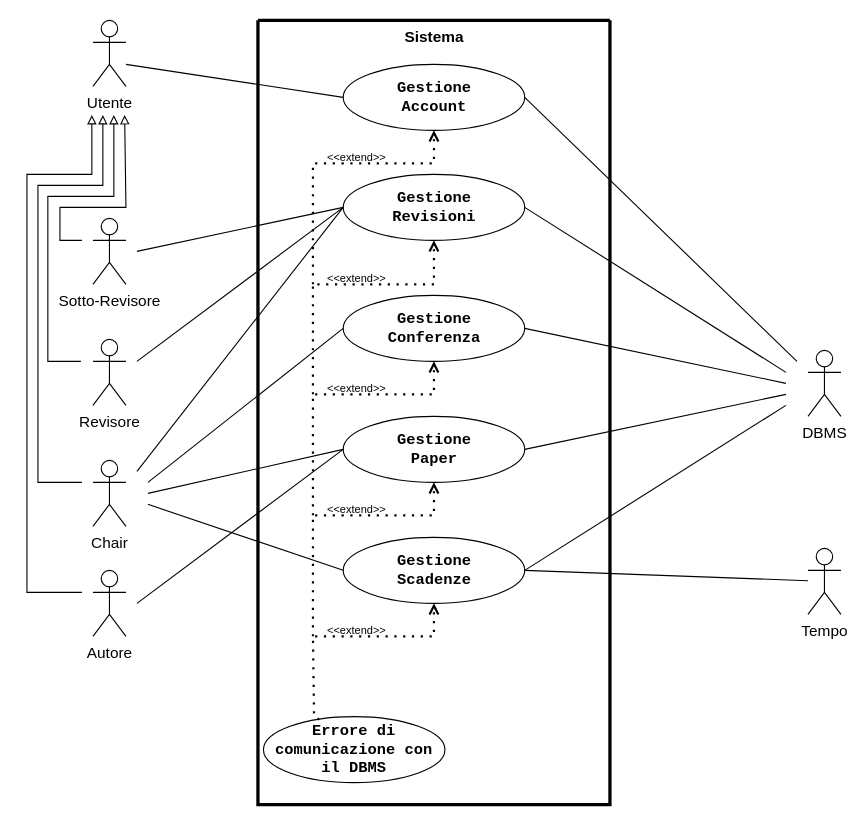
Before: RAD/raw/VistaInsieme.drawio in Gabro29/IngegneriaSoftware, a draw.io diagram. Source tidied: cells renumbered, new cells numbered last; positions are measured from the earlier drawing's top-left corner, leaving out a move shared by most shapes. Both pictures are drawn from the tidied source at 110%, with x=0, y=0 at pixel (26, 20).
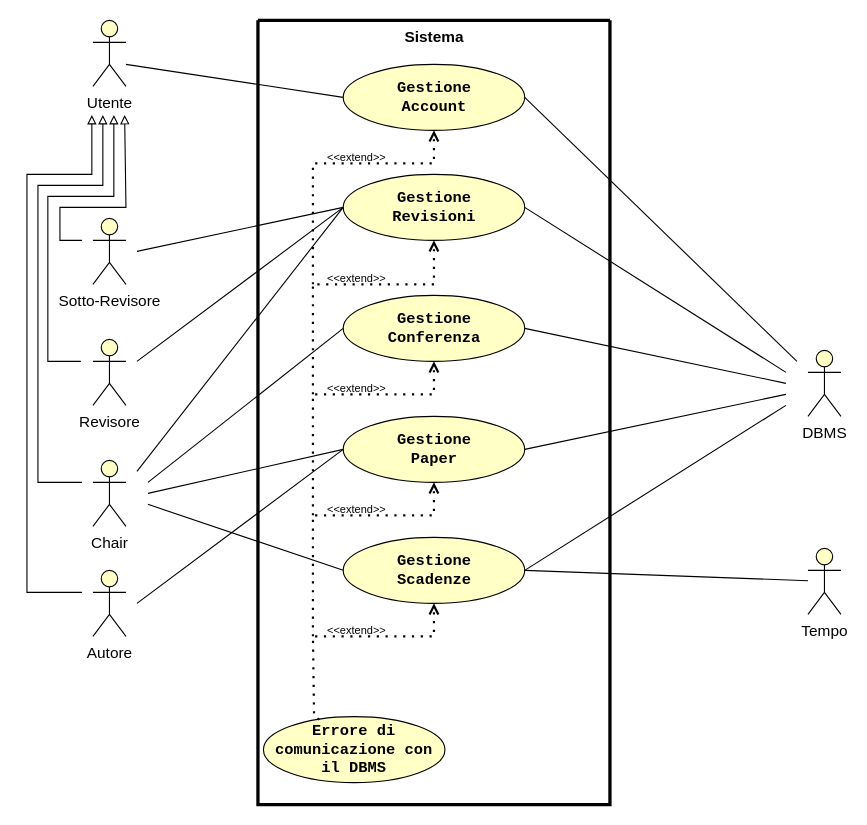
The same page after the edit.

Commit message:
Aggiunto colore giallo

The change refers to these unchanged cells:
```xml
<mxCell id="2" style="swimlane;startSize=0;swimlaneFillColor=none;strokeWidth=3;strokeColor=light-dark(#000000,#000000);labelBackgroundColor=none;fontColor=light-dark(#000000,#000000);" parent="1" vertex="1">
  <mxGeometry x="210" width="320" height="713" as="geometry" />
</mxCell>
```

What changed in the source:
```diff
@@
-    <mxCell id="3" value="&lt;font style=&quot;color: light-dark(rgb(0, 0, 0), rgb(0, 0, 0)); font-size: 14px;&quot; face=&quot;Courier New&quot;&gt;&lt;b&gt;Gestione&lt;/b&gt;&lt;/font&gt;&lt;div&gt;&lt;font style=&quot;color: light-dark(rgb(0, 0, 0), rgb(0, 0, 0)); font-size: 14px;&quot; face=&quot;Courier New&quot;&gt;&lt;b&gt;Account&lt;/b&gt;&lt;/font&gt;&lt;/div&gt;" style="ellipse;whiteSpace=wrap;html=1;fillColor=light-dark(#FFFFFF,#FDF89C);strokeColor=light-dark(#000000,#000000);" parent="2" vertex="1">
+    <mxCell id="3" value="&lt;font style=&quot;color: light-dark(rgb(0, 0, 0), rgb(0, 0, 0)); font-size: 14px;&quot; face=&quot;Courier New&quot;&gt;&lt;b&gt;Gestione&lt;/b&gt;&lt;/font&gt;&lt;div&gt;&lt;font style=&quot;color: light-dark(rgb(0, 0, 0), rgb(0, 0, 0)); font-size: 14px;&quot; face=&quot;Courier New&quot;&gt;&lt;b&gt;Account&lt;/b&gt;&lt;/font&gt;&lt;/div&gt;" style="ellipse;whiteSpace=wrap;html=1;fillColor=light-dark(#FFFFC6,#FDF89C);strokeColor=light-dark(#000000,#000000);gradientColor=none;" parent="2" vertex="1">
       <mxGeometry x="77.5" y="40" width="165" height="60" as="geometry" />
     </mxCell>
-    <mxCell id="4" value="&lt;font face=&quot;Courier New&quot; style=&quot;color: light-dark(rgb(0, 0, 0), rgb(0, 0, 0)); font-size: 14px;&quot;&gt;&lt;b&gt;Gestione&lt;/b&gt;&lt;/font&gt;&lt;div&gt;&lt;span style=&quot;font-family: &amp;quot;Courier New&amp;quot;;&quot;&gt;&lt;font style=&quot;color: light-dark(rgb(0, 0, 0), rgb(0, 0, 0)); font-size: 14px;&quot;&gt;&lt;b&gt;Revisioni&lt;/b&gt;&lt;/font&gt;&lt;/span&gt;&lt;/div&gt;" style="ellipse;whiteSpace=wrap;html=1;fillColor=light-dark(#FFFFFF,#FDF89C);strokeColor=light-dark(#000000,#000000);" parent="2" vertex="1">
+    <mxCell id="4" value="&lt;font face=&quot;Courier New&quot; style=&quot;color: light-dark(rgb(0, 0, 0), rgb(0, 0, 0)); font-size: 14px;&quot;&gt;&lt;b&gt;Gestione&lt;/b&gt;&lt;/font&gt;&lt;div&gt;&lt;span style=&quot;font-family: &amp;quot;Courier New&amp;quot;;&quot;&gt;&lt;font style=&quot;color: light-dark(rgb(0, 0, 0), rgb(0, 0, 0)); font-size: 14px;&quot;&gt;&lt;b&gt;Revisioni&lt;/b&gt;&lt;/font&gt;&lt;/span&gt;&lt;/div&gt;" style="ellipse;whiteSpace=wrap;html=1;fillColor=light-dark(#FFFFC6,#FDF89C);strokeColor=light-dark(#000000,#000000);" parent="2" vertex="1">
       <mxGeometry x="77.5" y="140" width="165" height="60" as="geometry" />
     </mxCell>
-    <mxCell id="5" value="&lt;font face=&quot;Courier New&quot; style=&quot;color: light-dark(rgb(0, 0, 0), rgb(0, 0, 0)); font-size: 14px;&quot;&gt;&lt;b&gt;Gestione&lt;/b&gt;&lt;/font&gt;&lt;div&gt;&lt;font style=&quot;color: light-dark(rgb(0, 0, 0), rgb(0, 0, 0)); font-size: 14px;&quot; face=&quot;Courier New&quot;&gt;&lt;b&gt;Conferenza&lt;/b&gt;&lt;/font&gt;&lt;/div&gt;" style="ellipse;whiteSpace=wrap;html=1;fillColor=light-dark(#FFFFFF,#FDF89C);strokeColor=light-dark(#000000,#000000);" parent="2" vertex="1">
+    <mxCell id="5" value="&lt;font face=&quot;Courier New&quot; style=&quot;color: light-dark(rgb(0, 0, 0), rgb(0, 0, 0)); font-size: 14px;&quot;&gt;&lt;b&gt;Gestione&lt;/b&gt;&lt;/font&gt;&lt;div&gt;&lt;font style=&quot;color: light-dark(rgb(0, 0, 0), rgb(0, 0, 0)); font-size: 14px;&quot; face=&quot;Courier New&quot;&gt;&lt;b&gt;Conferenza&lt;/b&gt;&lt;/font&gt;&lt;/div&gt;" style="ellipse;whiteSpace=wrap;html=1;fillColor=light-dark(#FFFFC6,#FDF89C);strokeColor=light-dark(#000000,#000000);" parent="2" vertex="1">
       <mxGeometry x="77.5" y="250" width="165" height="60" as="geometry" />
     </mxCell>
-    <mxCell id="6" value="&lt;font face=&quot;Courier New&quot; style=&quot;color: light-dark(rgb(0, 0, 0), rgb(0, 0, 0)); font-size: 14px;&quot;&gt;&lt;b&gt;Gestione&lt;/b&gt;&lt;/font&gt;&lt;div&gt;&lt;span style=&quot;font-family: &amp;quot;Courier New&amp;quot;;&quot;&gt;&lt;font style=&quot;color: light-dark(rgb(0, 0, 0), rgb(0, 0, 0)); font-size: 14px;&quot;&gt;&lt;b&gt;Paper&lt;/b&gt;&lt;/font&gt;&lt;/span&gt;&lt;/div&gt;" style="ellipse;whiteSpace=wrap;html=1;fillColor=light-dark(#FFFFFF,#FDF89C);strokeColor=light-dark(#000000,#000000);" parent="2" vertex="1">
+    <mxCell id="6" value="&lt;font face=&quot;Courier New&quot; style=&quot;color: light-dark(rgb(0, 0, 0), rgb(0, 0, 0)); font-size: 14px;&quot;&gt;&lt;b&gt;Gestione&lt;/b&gt;&lt;/font&gt;&lt;div&gt;&lt;span style=&quot;font-family: &amp;quot;Courier New&amp;quot;;&quot;&gt;&lt;font style=&quot;color: light-dark(rgb(0, 0, 0), rgb(0, 0, 0)); font-size: 14px;&quot;&gt;&lt;b&gt;Paper&lt;/b&gt;&lt;/font&gt;&lt;/span&gt;&lt;/div&gt;" style="ellipse;whiteSpace=wrap;html=1;fillColor=light-dark(#FFFFC6,#FDF89C);strokeColor=light-dark(#000000,#000000);" parent="2" vertex="1">
       <mxGeometry x="77.5" y="360" width="165" height="60" as="geometry" />
     </mxCell>
-    <mxCell id="7" value="&lt;font face=&quot;Courier New&quot; style=&quot;color: light-dark(rgb(0, 0, 0), rgb(0, 0, 0)); font-size: 14px;&quot;&gt;&lt;b&gt;Gestione&lt;/b&gt;&lt;/font&gt;&lt;div&gt;&lt;font face=&quot;Courier New&quot; style=&quot;color: light-dark(rgb(0, 0, 0), rgb(0, 0, 0)); font-size: 14px;&quot;&gt;&lt;b&gt;Scadenze&lt;/b&gt;&lt;/font&gt;&lt;/div&gt;" style="ellipse;whiteSpace=wrap;html=1;fillColor=light-dark(#FFFFFF,#FDF89C);strokeColor=light-dark(#000000,#000000);" parent="2" vertex="1">
+    <mxCell id="7" value="&lt;font face=&quot;Courier New&quot; style=&quot;color: light-dark(rgb(0, 0, 0), rgb(0, 0, 0)); font-size: 14px;&quot;&gt;&lt;b&gt;Gestione&lt;/b&gt;&lt;/font&gt;&lt;div&gt;&lt;font face=&quot;Courier New&quot; style=&quot;color: light-dark(rgb(0, 0, 0), rgb(0, 0, 0)); font-size: 14px;&quot;&gt;&lt;b&gt;Scadenze&lt;/b&gt;&lt;/font&gt;&lt;/div&gt;" style="ellipse;whiteSpace=wrap;html=1;fillColor=light-dark(#FFFFC6,#FDF89C);strokeColor=light-dark(#000000,#000000);" parent="2" vertex="1">
       <mxGeometry x="77.5" y="470" width="165" height="60" as="geometry" />
     </mxCell>
-    <mxCell id="8" value="&lt;font style=&quot;color: light-dark(rgb(0, 0, 0), rgb(0, 0, 0));&quot; face=&quot;Courier New&quot;&gt;&lt;span style=&quot;font-size: 14px;&quot;&gt;&lt;b style=&quot;&quot;&gt;Errore di comunicazione con il DBMS&lt;/b&gt;&lt;/span&gt;&lt;/font&gt;" style="ellipse;whiteSpace=wrap;html=1;fillColor=light-dark(#FFFFFF,#FDF89C);strokeColor=light-dark(#000000,#000000);" parent="2" vertex="1">
+    <mxCell id="8" value="&lt;font style=&quot;color: light-dark(rgb(0, 0, 0), rgb(0, 0, 0));&quot; face=&quot;Courier New&quot;&gt;&lt;span style=&quot;font-size: 14px;&quot;&gt;&lt;b style=&quot;&quot;&gt;Errore di comunicazione con il DBMS&lt;/b&gt;&lt;/span&gt;&lt;/font&gt;" style="ellipse;whiteSpace=wrap;html=1;fillColor=light-dark(#FFFFC6,#FDF89C);strokeColor=light-dark(#000000,#000000);" parent="2" vertex="1">
       <mxGeometry x="5" y="633" width="165" height="60" as="geometry" />
     </mxCell>
@@
-    <mxCell id="16" value="&lt;font face=&quot;Helvetica&quot; style=&quot;color: light-dark(rgb(0, 0, 0), rgb(0, 0, 0)); font-size: 14px;&quot;&gt;Autore&lt;/font&gt;" style="shape=umlActor;verticalLabelPosition=bottom;verticalAlign=top;html=1;strokeColor=light-dark(#000000,#000000);fillColor=light-dark(#FFFFFF,#FDF89C);" parent="1" vertex="1">
+    <mxCell id="16" value="&lt;font face=&quot;Helvetica&quot; style=&quot;color: light-dark(rgb(0, 0, 0), rgb(0, 0, 0)); font-size: 14px;&quot;&gt;Autore&lt;/font&gt;" style="shape=umlActor;verticalLabelPosition=bottom;verticalAlign=top;html=1;strokeColor=light-dark(#000000,#000000);fillColor=light-dark(#FFFFC6,#FDF89C);" parent="1" vertex="1">
       <mxGeometry x="60" y="500" width="30" height="60" as="geometry" />
     </mxCell>
-    <mxCell id="17" value="&lt;font face=&quot;Helvetica&quot; style=&quot;color: light-dark(rgb(0, 0, 0), rgb(0, 0, 0)); font-size: 14px;&quot;&gt;Chair&lt;/font&gt;" style="shape=umlActor;verticalLabelPosition=bottom;verticalAlign=top;html=1;strokeColor=light-dark(#000000,#000000);fillColor=light-dark(#FFFFFF,#FDF89C);" parent="1" vertex="1">
+    <mxCell id="17" value="&lt;font face=&quot;Helvetica&quot; style=&quot;color: light-dark(rgb(0, 0, 0), rgb(0, 0, 0)); font-size: 14px;&quot;&gt;Chair&lt;/font&gt;" style="shape=umlActor;verticalLabelPosition=bottom;verticalAlign=top;html=1;strokeColor=light-dark(#000000,#000000);fillColor=light-dark(#FFFFC6,#FDF89C);" parent="1" vertex="1">
       <mxGeometry x="60" y="400" width="30" height="60" as="geometry" />
     </mxCell>
-    <mxCell id="18" value="&lt;font face=&quot;Helvetica&quot; style=&quot;color: light-dark(rgb(0, 0, 0), rgb(0, 0, 0)); font-size: 14px;&quot;&gt;Revisore&lt;/font&gt;" style="shape=umlActor;verticalLabelPosition=bottom;verticalAlign=top;html=1;strokeColor=light-dark(#000000,#000000);fillColor=light-dark(#FFFFFF,#FDF89C);" parent="1" vertex="1">
+    <mxCell id="18" value="&lt;font face=&quot;Helvetica&quot; style=&quot;color: light-dark(rgb(0, 0, 0), rgb(0, 0, 0)); font-size: 14px;&quot;&gt;Revisore&lt;/font&gt;" style="shape=umlActor;verticalLabelPosition=bottom;verticalAlign=top;html=1;strokeColor=light-dark(#000000,#000000);fillColor=light-dark(#FFFFC6,#FDF89C);" parent="1" vertex="1">
       <mxGeometry x="60" y="290" width="30" height="60" as="geometry" />
     </mxCell>
-    <mxCell id="19" value="&lt;font face=&quot;Helvetica&quot; style=&quot;color: light-dark(rgb(0, 0, 0), rgb(0, 0, 0)); font-size: 14px;&quot;&gt;Sotto-Revisore&lt;/font&gt;" style="shape=umlActor;verticalLabelPosition=bottom;verticalAlign=top;html=1;strokeColor=light-dark(#000000,#000000);fillColor=light-dark(#FFFFFF,#FDF89C);" parent="1" vertex="1">
+    <mxCell id="19" value="&lt;font face=&quot;Helvetica&quot; style=&quot;color: light-dark(rgb(0, 0, 0), rgb(0, 0, 0)); font-size: 14px;&quot;&gt;Sotto-Revisore&lt;/font&gt;" style="shape=umlActor;verticalLabelPosition=bottom;verticalAlign=top;html=1;strokeColor=light-dark(#000000,#000000);fillColor=light-dark(#FFFFC6,#FDF89C);" parent="1" vertex="1">
       <mxGeometry x="60" y="180" width="30" height="60" as="geometry" />
     </mxCell>
@@
-    <mxCell id="21" value="&lt;font style=&quot;color: light-dark(rgb(0, 0, 0), rgb(0, 0, 0)); font-size: 14px;&quot;&gt;Utente&lt;/font&gt;" style="shape=umlActor;verticalLabelPosition=bottom;verticalAlign=top;html=1;strokeColor=light-dark(#000000,#000000);fillColor=light-dark(#FFFFFF,#FDF89C);" parent="1" vertex="1">
+    <mxCell id="21" value="&lt;font style=&quot;color: light-dark(rgb(0, 0, 0), rgb(0, 0, 0)); font-size: 14px;&quot;&gt;Utente&lt;/font&gt;" style="shape=umlActor;verticalLabelPosition=bottom;verticalAlign=top;html=1;strokeColor=light-dark(#000000,#000000);fillColor=light-dark(#FFFFC6,#FDF89C);" parent="1" vertex="1">
       <mxGeometry x="60" width="30" height="60" as="geometry" />
     </mxCell>
@@
-    <mxCell id="29" value="&lt;font face=&quot;Helvetica&quot; style=&quot;color: light-dark(rgb(0, 0, 0), rgb(0, 0, 0)); font-size: 14px;&quot;&gt;DBMS&lt;/font&gt;" style="shape=umlActor;verticalLabelPosition=bottom;verticalAlign=top;html=1;strokeColor=light-dark(#000000,#000000);fillColor=light-dark(#FFFFFF,#FDF89C);" parent="1" vertex="1">
+    <mxCell id="29" value="&lt;font face=&quot;Helvetica&quot; style=&quot;color: light-dark(rgb(0, 0, 0), rgb(0, 0, 0)); font-size: 14px;&quot;&gt;DBMS&lt;/font&gt;" style="shape=umlActor;verticalLabelPosition=bottom;verticalAlign=top;html=1;strokeColor=light-dark(#000000,#000000);fillColor=light-dark(#FFFFC6,#FDF89C);" parent="1" vertex="1">
       <mxGeometry x="710" y="300" width="30" height="60" as="geometry" />
     </mxCell>
-    <mxCell id="30" value="&lt;font style=&quot;color: light-dark(rgb(0, 0, 0), rgb(0, 0, 0)); font-size: 14px;&quot;&gt;Tempo&lt;/font&gt;" style="shape=umlActor;verticalLabelPosition=bottom;verticalAlign=top;html=1;outlineConnect=0;strokeColor=light-dark(#000000,#000000);fillColor=light-dark(#FFFFFF,#FDF89C);" parent="1" vertex="1">
+    <mxCell id="30" value="&lt;font style=&quot;color: light-dark(rgb(0, 0, 0), rgb(0, 0, 0)); font-size: 14px;&quot;&gt;Tempo&lt;/font&gt;" style="shape=umlActor;verticalLabelPosition=bottom;verticalAlign=top;html=1;outlineConnect=0;strokeColor=light-dark(#000000,#000000);fillColor=#FFFFC6;" parent="1" vertex="1">
       <mxGeometry x="710" y="480" width="30" height="60" as="geometry" />
     </mxCell>
```
